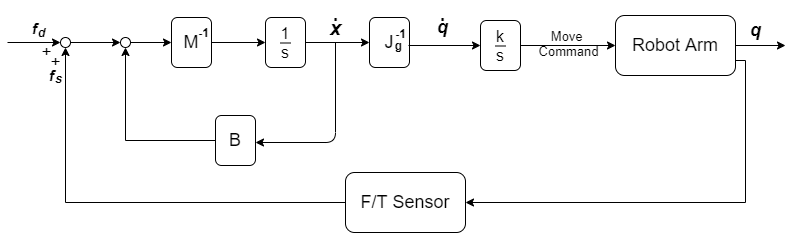
This is 009YiChan/Chan's thesis/Images/Original/admittance_detailed.png from yichan0428/MS_thesis, a draw.io export, as it was before one commit. Source tidied: cells renumbered, new cells last; positions are measured from the earlier drawing's top-left corner, leaving out a move shared by most shapes.
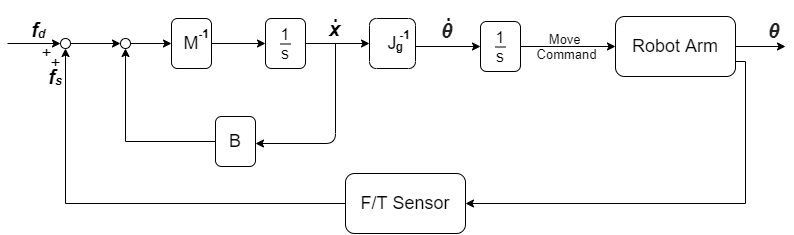
After the change.

Change to the diagram source:
```diff
@@ -57,10 +57,10 @@
       <mxGeometry x="608" y="15" width="120" height="60" as="geometry" />
     </mxCell>
     <mxCell id="14" value="Move&amp;nbsp;&lt;br style=&quot;font-size: 13px;&quot;&gt;Command" style="text;html=1;align=center;verticalAlign=middle;fontSize=13;" parent="1" vertex="1">
-      <mxGeometry x="521" y="23" width="80" height="40" as="geometry" />
+      <mxGeometry x="519" y="25" width="80" height="40" as="geometry" />
     </mxCell>
     <mxCell id="15" value="J" style="rounded=1;whiteSpace=wrap;html=1;fontSize=18;" parent="1" vertex="1">
-      <mxGeometry x="362" y="17" width="40" height="50" as="geometry" />
+      <mxGeometry x="362" y="17" width="46" height="50" as="geometry" />
     </mxCell>
     <mxCell id="16" style="endArrow=classic;html=1;fontSize=13;" parent="1" edge="1">
       <mxGeometry relative="1" as="geometry">
@@ -87,41 +87,40 @@
     <mxCell id="20" style="ellipse;whiteSpace=wrap;html=1;" parent="1" vertex="1">
       <mxGeometry x="113" y="37" width="10" height="10" as="geometry" />
     </mxCell>
-    <mxCell id="21" style="edgeStyle=orthogonalEdgeStyle;rounded=0;jettySize=auto;html=1;entryX=0;entryY=0.5;entryDx=0;entryDy=0;fontSize=18;" parent="1" edge="1" source="22" target="37">
-      <mxGeometry relative="1" as="geometry" />
+    <mxCell id="21" style="edgeStyle=orthogonalEdgeStyle;rounded=0;jettySize=auto;html=1;entryX=0;entryY=0.5;entryDx=0;entryDy=0;fontSize=18;" parent="1" edge="1" target="37">
+      <mxGeometry relative="1" as="geometry">
+        <mxPoint x="408" y="45" as="sourcePoint" />
+      </mxGeometry>
     </mxCell>
     <mxCell id="22" value="g" style="text;html=1;align=center;verticalAlign=middle;points=[];fontStyle=1;" parent="1" vertex="1">
-      <mxGeometry x="381" y="35" width="20" height="20" as="geometry" />
+      <mxGeometry x="382" y="35" width="20" height="20" as="geometry" />
     </mxCell>
     <mxCell id="23" value="-1" style="text;html=1;align=center;verticalAlign=middle;fontStyle=1;" parent="1" vertex="1">
       <mxGeometry x="181" y="22" width="30" height="20" as="geometry" />
     </mxCell>
     <mxCell id="24" value="-1" style="text;html=1;align=center;verticalAlign=middle;fontStyle=1;" parent="1" vertex="1">
-      <mxGeometry x="378" y="23" width="30" height="20" as="geometry" />
+      <mxGeometry x="382" y="23" width="30" height="20" as="geometry" />
     </mxCell>
-    <mxCell id="25" value="&lt;span style=&quot;font-size: 15px&quot;&gt;f&lt;/span&gt;" style="text;html=1;align=center;verticalAlign=middle;fontSize=15;fontStyle=3;" parent="1" vertex="1">
-      <mxGeometry x="34" y="65" width="20" height="20" as="geometry" />
+    <mxCell id="25" value="&lt;span style=&quot;font-size: 20px;&quot;&gt;f&lt;/span&gt;" style="text;html=1;align=center;verticalAlign=middle;fontSize=20;fontStyle=3;" parent="1" vertex="1">
+      <mxGeometry x="34" y="60" width="20" height="30" as="geometry" />
     </mxCell>
-    <mxCell id="26" value="&lt;span style=&quot;font-size: 15px&quot;&gt;f&lt;/span&gt;" style="text;html=1;align=center;verticalAlign=middle;fontSize=15;fontStyle=3;" parent="1" vertex="1">
-      <mxGeometry x="17" y="18" width="20" height="20" as="geometry" />
+    <mxCell id="26" value="&lt;span style=&quot;font-size: 20px;&quot;&gt;f&lt;/span&gt;" style="text;html=1;align=center;verticalAlign=middle;fontSize=20;fontStyle=3;" parent="1" vertex="1">
+      <mxGeometry x="17" y="13" width="20" height="30" as="geometry" />
     </mxCell>
     <mxCell id="27" value="&lt;span style=&quot;font-size: 12px;&quot;&gt;d&lt;/span&gt;" style="text;html=1;align=center;verticalAlign=middle;fontSize=12;fontStyle=3;" parent="1" vertex="1">
       <mxGeometry x="24" y="22" width="20" height="20" as="geometry" />
     </mxCell>
     <mxCell id="28" value="&lt;span style=&quot;font-size: 12px&quot;&gt;s&lt;/span&gt;" style="text;html=1;align=center;verticalAlign=middle;fontSize=15;fontStyle=3;" parent="1" vertex="1">
-      <mxGeometry x="41" y="67" width="20" height="20" as="geometry" />
+      <mxGeometry x="41" y="68" width="20" height="20" as="geometry" />
     </mxCell>
     <mxCell id="29" value="." style="text;html=1;align=center;verticalAlign=middle;rounded=0;fontStyle=1;fontSize=18;" parent="1" vertex="1">
       <mxGeometry x="318" width="20" height="30" as="geometry" />
     </mxCell>
     <mxCell id="30" value="x" style="text;html=1;align=center;verticalAlign=middle;fontStyle=3;fontSize=20;" parent="1" vertex="1">
-      <mxGeometry x="313" y="12" width="30" height="30" as="geometry" />
+      <mxGeometry x="312" y="12" width="30" height="30" as="geometry" />
     </mxCell>
-    <mxCell id="31" value="." style="text;html=1;align=center;verticalAlign=middle;rounded=0;fontStyle=1;fontSize=18;" parent="1" vertex="1">
-      <mxGeometry x="425" width="20" height="30" as="geometry" />
-    </mxCell>
-    <mxCell id="32" value="q" style="text;html=1;align=center;verticalAlign=middle;fontStyle=3;fontSize=18;" parent="1" vertex="1">
-      <mxGeometry x="420" y="12" width="30" height="30" as="geometry" />
+    <mxCell id="32" value="&lt;span style=&quot;color: rgb(34, 34, 34); font-family: arial, sans-serif; font-size: 20px; text-align: left; background-color: rgb(255, 255, 255);&quot;&gt;θ&lt;/span&gt;" style="text;html=1;align=center;verticalAlign=middle;fontStyle=3;fontSize=20;" parent="1" vertex="1">
+      <mxGeometry x="424" y="14" width="30" height="30" as="geometry" />
     </mxCell>
     <mxCell id="33" style="edgeStyle=orthogonalEdgeStyle;rounded=0;jettySize=auto;html=1;exitX=1;exitY=0.5;exitDx=0;exitDy=0;entryX=0;entryY=0.5;entryDx=0;entryDy=0;fontSize=18;" parent="1" edge="1" source="34" target="15">
       <mxGeometry relative="1" as="geometry" />
@@ -138,7 +137,7 @@
     <mxCell id="36" style="edgeStyle=orthogonalEdgeStyle;rounded=0;jettySize=auto;html=1;exitX=1;exitY=0.5;exitDx=0;exitDy=0;entryX=0;entryY=0.5;entryDx=0;entryDy=0;fontSize=18;" parent="1" edge="1" source="37" target="13">
       <mxGeometry relative="1" as="geometry" />
     </mxCell>
-    <mxCell id="37" value="k&lt;br style=&quot;font-size: 16px&quot;&gt;s" style="rounded=1;whiteSpace=wrap;html=1;fontSize=16;fontStyle=0;" parent="1" vertex="1">
+    <mxCell id="37" value="1&lt;br style=&quot;font-size: 16px;&quot;&gt;s" style="rounded=1;whiteSpace=wrap;html=1;fontSize=16;fontStyle=0;" parent="1" vertex="1">
       <mxGeometry x="473" y="20" width="40" height="50" as="geometry" />
     </mxCell>
     <mxCell id="38" style="endArrow=none;html=1;fontSize=16;" parent="1" edge="1">
@@ -147,8 +146,11 @@
         <mxPoint x="488" y="45.5" as="targetPoint" />
       </mxGeometry>
     </mxCell>
-    <mxCell id="39" value="q" style="text;html=1;align=center;verticalAlign=middle;fontStyle=3;fontSize=18;" parent="1" vertex="1">
-      <mxGeometry x="733" y="15" width="30" height="30" as="geometry" />
-    </mxCell>
+    <mxCell id="31" value="." style="text;html=1;align=center;verticalAlign=middle;rounded=0;fontStyle=1;fontSize=18;" parent="1" vertex="1">
+      <mxGeometry x="431" y="-1" width="20" height="30" as="geometry" />
+    </mxCell>
+    <mxCell id="40" value="&lt;span style=&quot;color: rgb(34, 34, 34); font-family: arial, sans-serif; font-size: 20px; text-align: left; background-color: rgb(255, 255, 255);&quot;&gt;θ&lt;/span&gt;" style="text;html=1;align=center;verticalAlign=middle;fontStyle=3;fontSize=20;" parent="1" vertex="1">
+      <mxGeometry x="751" y="14" width="30" height="30" as="geometry" />
+    </mxCell>
   </root>
 </mxGraphModel>
```
